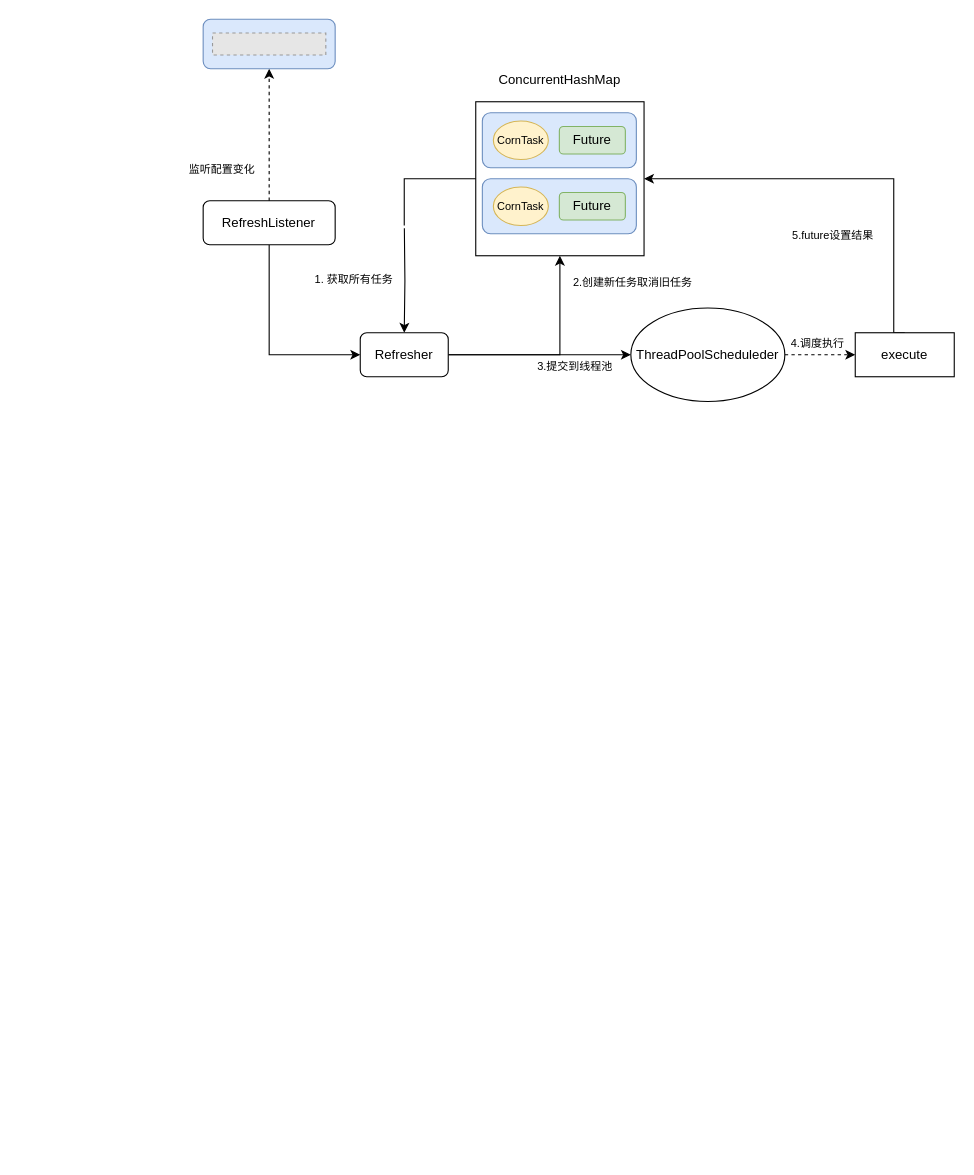
This is page "动态定时任务" (3 of 5) of Untitled Diagram.drawio from vvhard/draw_io, a draw.io file, before an edit. Source tidied: cells renumbered, new cells numbered last; positions are measured from the earlier drawing's top-left corner, leaving out a move shared by most shapes. Both pictures are drawn from the tidied source at 110%, with x=0, y=0 at pixel (173, 19). Pictures stored in the file or linked from it are replaced by grey dashed boxes.
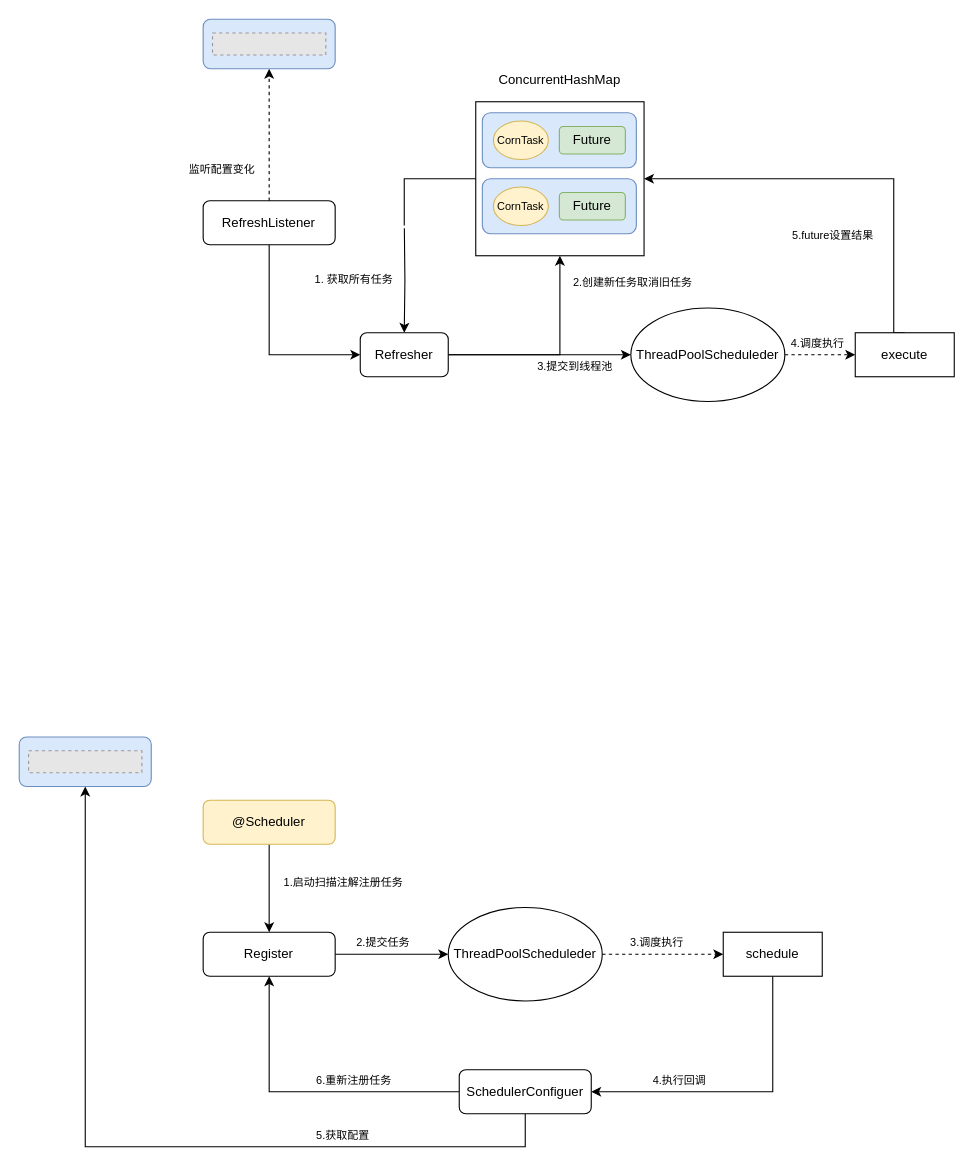
The same diagram, later.

Change to the diagram source:
```diff
@@
+    <mxCell id="31" style="ellipse;whiteSpace=wrap;html=1;" parent="1" vertex="1">
+      <mxGeometry x="250" y="807.5" width="140" height="85" as="geometry" />
+    </mxCell>
+    <mxCell id="32" style="edgeStyle=orthogonalEdgeStyle;rounded=0;jettySize=auto;html=1;fontFamily=Helvetica;fontSize=10;fontColor=default;strokeColor=#000000;strokeWidth=1;" parent="1" edge="1" source="33" target="39">
+      <mxGeometry relative="1" as="geometry" />
+    </mxCell>
+    <mxCell id="33" value="@Scheduler" style="rounded=1;whiteSpace=wrap;html=1;fillColor=#fff2cc;strokeColor=#d6b656;" parent="1" vertex="1">
+      <mxGeometry x="27.2" y="710" width="120" height="40" as="geometry" />
+    </mxCell>
+    <mxCell id="34" style="endArrow=classic;html=1;rounded=0;exitX=1;exitY=0.5;exitDx=0;exitDy=0;entryX=0;entryY=0.5;entryDx=0;entryDy=0;dashed=1;" parent="1" edge="1" source="31" target="36">
+      <mxGeometry relative="1" as="geometry" />
+    </mxCell>
+    <mxCell id="35" style="edgeStyle=orthogonalEdgeStyle;rounded=0;jettySize=auto;html=1;exitX=0.5;exitY=1;exitDx=0;exitDy=0;entryX=1;entryY=0.5;entryDx=0;entryDy=0;fontFamily=Helvetica;fontSize=10;fontColor=default;strokeColor=#000000;strokeWidth=1;" parent="1" edge="1" source="36" target="42">
+      <mxGeometry relative="1" as="geometry" />
+    </mxCell>
+    <mxCell id="36" value="schedule" style="rounded=0;whiteSpace=wrap;html=1;" parent="1" vertex="1">
+      <mxGeometry x="500" y="830" width="90" height="40" as="geometry" />
+    </mxCell>
+    <mxCell id="37" value="3.调度执行" style="text;html=1;strokeColor=none;fillColor=none;align=center;verticalAlign=middle;whiteSpace=wrap;rounded=0;fontSize=10;" parent="1" vertex="1">
+      <mxGeometry x="410" y="830" width="60" height="17.5" as="geometry" />
+    </mxCell>
+    <mxCell id="38" style="edgeStyle=orthogonalEdgeStyle;rounded=0;jettySize=auto;html=1;exitX=1;exitY=0.5;exitDx=0;exitDy=0;entryX=0;entryY=0.5;entryDx=0;entryDy=0;fontFamily=Helvetica;fontSize=10;fontColor=default;strokeColor=#000000;strokeWidth=1;" parent="1" edge="1" source="39" target="31">
+      <mxGeometry relative="1" as="geometry" />
+    </mxCell>
+    <mxCell id="39" value="Register" style="rounded=1;whiteSpace=wrap;html=1;" parent="1" vertex="1">
+      <mxGeometry x="27.2" y="830" width="120" height="40" as="geometry" />
+    </mxCell>
+    <mxCell id="40" style="edgeStyle=orthogonalEdgeStyle;rounded=0;jettySize=auto;html=1;entryX=0.5;entryY=1;entryDx=0;entryDy=0;fontFamily=Helvetica;fontSize=10;fontColor=default;strokeColor=#000000;strokeWidth=1;" parent="1" edge="1" source="42" target="39">
+      <mxGeometry relative="1" as="geometry" />
+    </mxCell>
+    <mxCell id="41" style="edgeStyle=orthogonalEdgeStyle;rounded=0;jettySize=auto;html=1;exitX=0.5;exitY=1;exitDx=0;exitDy=0;fontFamily=Helvetica;fontSize=10;fontColor=default;strokeColor=#000000;strokeWidth=1;" parent="1" edge="1" source="42" target="47">
+      <mxGeometry relative="1" as="geometry">
+        <Array as="points">
+          <mxPoint x="320" y="1025" />
+          <mxPoint x="-80" y="1025" />
+        </Array>
+      </mxGeometry>
+    </mxCell>
+    <mxCell id="42" value="SchedulerConfiguer" style="rounded=1;whiteSpace=wrap;html=1;" parent="1" vertex="1">
+      <mxGeometry x="260" y="955" width="120" height="40" as="geometry" />
+    </mxCell>
+    <mxCell id="43" value="1.启动扫描注解注册任务" style="text;html=1;strokeColor=none;fillColor=none;align=center;verticalAlign=middle;whiteSpace=wrap;rounded=0;fontSize=10;" parent="1" vertex="1">
+      <mxGeometry x="88.5" y="775" width="131.5" height="17.5" as="geometry" />
+    </mxCell>
+    <mxCell id="44" value="2.提交任务" style="text;html=1;strokeColor=none;fillColor=none;align=center;verticalAlign=middle;whiteSpace=wrap;rounded=0;fontSize=10;" parent="1" vertex="1">
+      <mxGeometry x="140" y="830" width="101.5" height="17.5" as="geometry" />
+    </mxCell>
+    <mxCell id="45" value="&lt;span style=&quot;font-size: 12px;&quot;&gt;ThreadPoolScheduleder&lt;/span&gt;" style="text;html=1;strokeColor=none;fillColor=none;align=center;verticalAlign=middle;whiteSpace=wrap;rounded=0;fontFamily=Helvetica;fontSize=10;fontColor=default;" parent="1" vertex="1">
+      <mxGeometry x="255" y="835" width="130" height="30" as="geometry" />
+    </mxCell>
+    <mxCell id="46" style="group;" parent="1" vertex="1">
+      <mxGeometry x="-140" y="652.5" width="120" height="45" as="geometry" />
+    </mxCell>
+    <mxCell id="47" style="rounded=1;whiteSpace=wrap;html=1;fontSize=10;fillColor=#dae8fc;strokeColor=#6c8ebf;" parent="46" vertex="1">
+      <mxGeometry width="120" height="45" as="geometry" />
+    </mxCell>
+    <mxCell id="48" style="fillColor=#E6E6E6;strokeColor=#999999;dashed=1;verticalLabelPosition=bottom;labelBackgroundColor=default;verticalAlign=top;" parent="46" vertex="1">
+      <mxGeometry x="8.5" y="12.5" width="103" height="20" as="geometry" />
+    </mxCell>
+    <mxCell id="49" value="4.执行回调" style="text;html=1;strokeColor=none;fillColor=none;align=center;verticalAlign=middle;whiteSpace=wrap;rounded=0;fontSize=10;" parent="1" vertex="1">
+      <mxGeometry x="421" y="955" width="79" height="17.5" as="geometry" />
+    </mxCell>
+    <mxCell id="50" value="5.获取配置" style="text;html=1;strokeColor=none;fillColor=none;align=center;verticalAlign=middle;whiteSpace=wrap;rounded=0;fontSize=10;" parent="1" vertex="1">
+      <mxGeometry x="114.8" y="1005" width="79" height="17.5" as="geometry" />
+    </mxCell>
+    <mxCell id="51" value="6.重新注册任务" style="text;html=1;strokeColor=none;fillColor=none;align=center;verticalAlign=middle;whiteSpace=wrap;rounded=0;fontSize=10;" parent="1" vertex="1">
+      <mxGeometry x="116.6" y="955" width="95.2" height="17.5" as="geometry" />
+    </mxCell>
```
